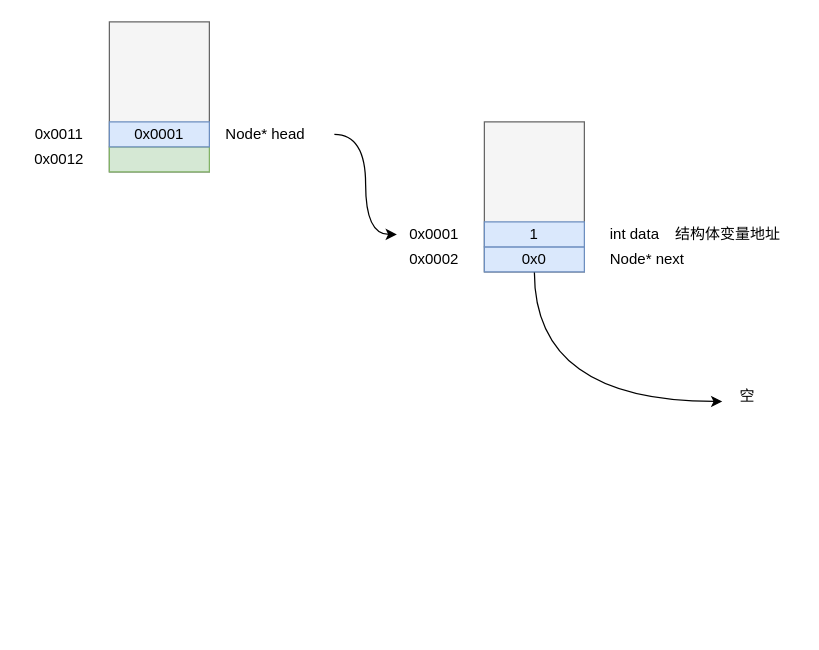
The draw.io diagram page "第 17 页" (17 of 20) of Untitled Diagram.drawio in wujinzhe/course, before the edit. Source tidied: cells renumbered, new cells numbered last; positions are measured from the earlier drawing's top-left corner, leaving out a move shared by most shapes. Both pictures are drawn from the tidied source at 125%, with x=0, y=0 at pixel (21, 21).
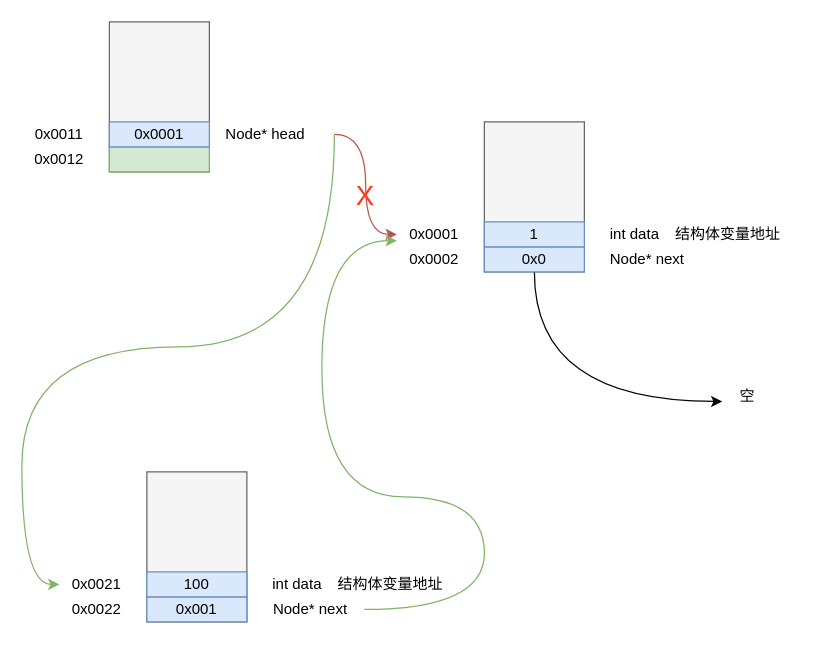
After the change.

The change refers to these unchanged cells:
```xml
<mxCell id="8" value="0x0001" style="text;html=1;strokeColor=none;fillColor=none;align=center;verticalAlign=middle;whiteSpace=wrap;rounded=0;" parent="1" vertex="1">
  <mxGeometry x="300" y="155" width="60" height="30" as="geometry" />
</mxCell>
<mxCell id="9" value="0x0002" style="text;html=1;strokeColor=none;fillColor=none;align=center;verticalAlign=middle;whiteSpace=wrap;rounded=0;" parent="1" vertex="1">
  <mxGeometry x="300" y="175" width="60" height="30" as="geometry" />
</mxCell>
<mxCell id="17" value="Node* head" style="text;html=1;strokeColor=none;fillColor=none;align=center;verticalAlign=middle;whiteSpace=wrap;rounded=0;" parent="1" vertex="1">
  <mxGeometry x="140" y="75" width="110" height="30" as="geometry" />
</mxCell>
```

Change to the diagram source:
```diff
@@
-    <mxCell id="16" style="edgeStyle=orthogonalEdgeStyle;rounded=0;jettySize=auto;html=1;exitX=1;exitY=0.5;exitDx=0;exitDy=0;entryX=0;entryY=0.5;entryDx=0;entryDy=0;curved=1;" parent="1" edge="1" source="17" target="8">
+    <mxCell id="16" style="edgeStyle=orthogonalEdgeStyle;rounded=0;jettySize=auto;html=1;exitX=1;exitY=0.5;exitDx=0;exitDy=0;entryX=0;entryY=0.5;entryDx=0;entryDy=0;curved=1;fillColor=#f8cecc;strokeColor=#b85450;" parent="1" edge="1" source="17" target="8">
       <mxGeometry relative="1" as="geometry" />
     </mxCell>
+    <mxCell id="19" style="edgeStyle=orthogonalEdgeStyle;rounded=0;jettySize=auto;html=1;exitX=1;exitY=0.5;exitDx=0;exitDy=0;entryX=0;entryY=0.5;entryDx=0;entryDy=0;curved=1;fillColor=#d5e8d4;strokeColor=#82b366;" parent="1" edge="1" source="17" target="24">
+      <mxGeometry relative="1" as="geometry">
+        <Array as="points">
+          <mxPoint x="250" y="260" />
+          <mxPoint y="260" />
+          <mxPoint y="450" />
+        </Array>
+      </mxGeometry>
+    </mxCell>
@@
+    <mxCell id="20" style="rounded=0;whiteSpace=wrap;html=1;fillColor=#f5f5f5;fontColor=#333333;strokeColor=#666666;" parent="1" vertex="1">
+      <mxGeometry x="100" y="360" width="80" height="120" as="geometry" />
+    </mxCell>
+    <mxCell id="21" value="0x001" style="rounded=0;whiteSpace=wrap;html=1;fillColor=#dae8fc;strokeColor=#6c8ebf;" parent="1" vertex="1">
+      <mxGeometry x="100" y="460" width="80" height="20" as="geometry" />
+    </mxCell>
+    <mxCell id="22" value="100" style="rounded=0;whiteSpace=wrap;html=1;fillColor=#dae8fc;strokeColor=#6c8ebf;" parent="1" vertex="1">
+      <mxGeometry x="100" y="440" width="80" height="20" as="geometry" />
+    </mxCell>
+    <mxCell id="23" value="int data" style="text;html=1;align=center;verticalAlign=middle;strokeColor=none;fillColor=none;" parent="1" vertex="1">
+      <mxGeometry x="190" y="435" width="60" height="30" as="geometry" />
+    </mxCell>
+    <mxCell id="24" value="0x0021" style="text;html=1;strokeColor=none;fillColor=none;align=center;verticalAlign=middle;whiteSpace=wrap;rounded=0;" parent="1" vertex="1">
+      <mxGeometry x="30" y="435" width="60" height="30" as="geometry" />
+    </mxCell>
+    <mxCell id="25" value="0x0022" style="text;html=1;strokeColor=none;fillColor=none;align=center;verticalAlign=middle;whiteSpace=wrap;rounded=0;" parent="1" vertex="1">
+      <mxGeometry x="30" y="455" width="60" height="30" as="geometry" />
+    </mxCell>
+    <mxCell id="26" value="结构体变量地址" style="text;html=1;strokeColor=none;fillColor=none;align=center;verticalAlign=middle;whiteSpace=wrap;rounded=0;" parent="1" vertex="1">
+      <mxGeometry x="240" y="435" width="110" height="30" as="geometry" />
+    </mxCell>
+    <mxCell id="27" value="&lt;font color=&quot;#ff3617&quot; style=&quot;font-size: 22px;&quot;&gt;X&lt;/font&gt;" style="text;html=1;strokeColor=none;fillColor=none;align=center;verticalAlign=middle;whiteSpace=wrap;rounded=0;" parent="1" vertex="1">
+      <mxGeometry x="230" y="110" width="90" height="60" as="geometry" />
+    </mxCell>
+    <mxCell id="28" style="edgeStyle=orthogonalEdgeStyle;rounded=0;jettySize=auto;html=1;exitX=1;exitY=0.5;exitDx=0;exitDy=0;entryX=0;entryY=0;entryDx=0;entryDy=0;curved=1;fillColor=#d5e8d4;strokeColor=#82b366;" parent="1" edge="1" source="29" target="9">
+      <mxGeometry relative="1" as="geometry">
+        <Array as="points">
+          <mxPoint x="370" y="470" />
+          <mxPoint x="370" y="380" />
+          <mxPoint x="240" y="380" />
+          <mxPoint x="240" y="175" />
+        </Array>
+      </mxGeometry>
+    </mxCell>
+    <mxCell id="29" value="Node* next" style="text;html=1;strokeColor=none;fillColor=none;align=center;verticalAlign=middle;whiteSpace=wrap;rounded=0;" parent="1" vertex="1">
+      <mxGeometry x="188" y="455" width="86" height="30" as="geometry" />
+    </mxCell>
```
